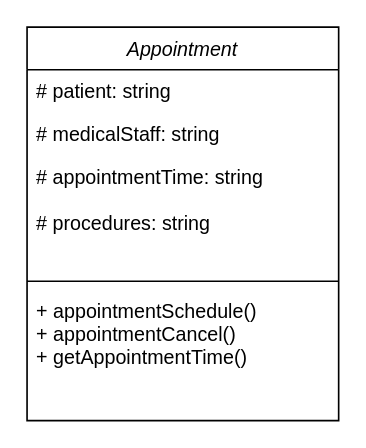
Before: docs/Appointment.drawio in StewieTech/projectHMS, a draw.io diagram. Source tidied: cells renumbered, new cells numbered last; positions are measured from the earlier drawing's top-left corner, leaving out a move shared by most shapes. Both pictures are drawn from the tidied source at 164%, with x=0, y=0 at pixel (26, 26).
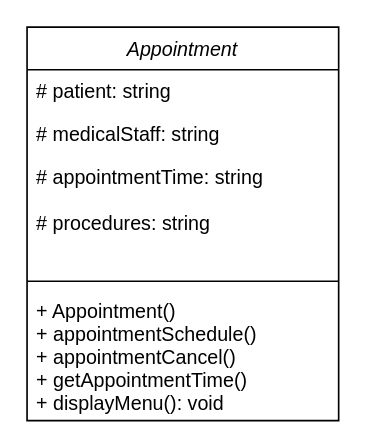
Above is the later version.

Diff of the diagram source:
```diff
@@
 <mxGraphModel>
   <root>
     <mxCell id="0" />
     <mxCell id="1" parent="0" />
     <mxCell id="2" value="Appointment" style="swimlane;fontStyle=2;align=center;verticalAlign=top;horizontal=1;startSize=26;rounded=0;shadow=0;strokeWidth=1;" parent="1" vertex="1">
       <mxGeometry width="190" height="240" as="geometry" />
     </mxCell>
     <mxCell id="3" value="# patient: string" style="text;align=left;verticalAlign=top;spacingLeft=4;spacingRight=4;overflow=hidden;" parent="2" vertex="1">
       <mxGeometry y="26" width="190" height="26" as="geometry" />
     </mxCell>
     <mxCell id="4" value="# medicalStaff: string" style="text;align=left;verticalAlign=top;spacingLeft=4;spacingRight=4;overflow=hidden;rounded=0;shadow=0;html=0;" parent="2" vertex="1">
       <mxGeometry y="52" width="190" height="26" as="geometry" />
     </mxCell>
     <mxCell id="5" value="# appointmentTime: string&#10;&#10;# procedures: string&#10;" style="text;align=left;verticalAlign=top;spacingLeft=4;spacingRight=4;overflow=hidden;rounded=0;shadow=0;html=0;" parent="2" vertex="1">
       <mxGeometry y="78" width="190" height="72" as="geometry" />
     </mxCell>
     <mxCell id="6" style="line;html=1;strokeWidth=1;align=left;verticalAlign=middle;spacingTop=-1;spacingLeft=3;spacingRight=3;labelPosition=right;" parent="2" vertex="1">
       <mxGeometry y="150" width="190" height="10" as="geometry" />
     </mxCell>
-    <mxCell id="7" value="+ appointmentSchedule()&#10;+ appointmentCancel()&#10;+ getAppointmentTime()&#10;" style="text;align=left;verticalAlign=top;spacingLeft=4;spacingRight=4;overflow=hidden;" parent="2" vertex="1">
+    <mxCell id="7" value="+ Appointment()&#10;+ appointmentSchedule()&#10;+ appointmentCancel()&#10;+ getAppointmentTime()&#10;+ displayMenu(): void&#10;" style="text;align=left;verticalAlign=top;spacingLeft=4;spacingRight=4;overflow=hidden;" parent="2" vertex="1">
       <mxGeometry y="160" width="190" height="80" as="geometry" />
     </mxCell>
   </root>
 </mxGraphModel>
```
